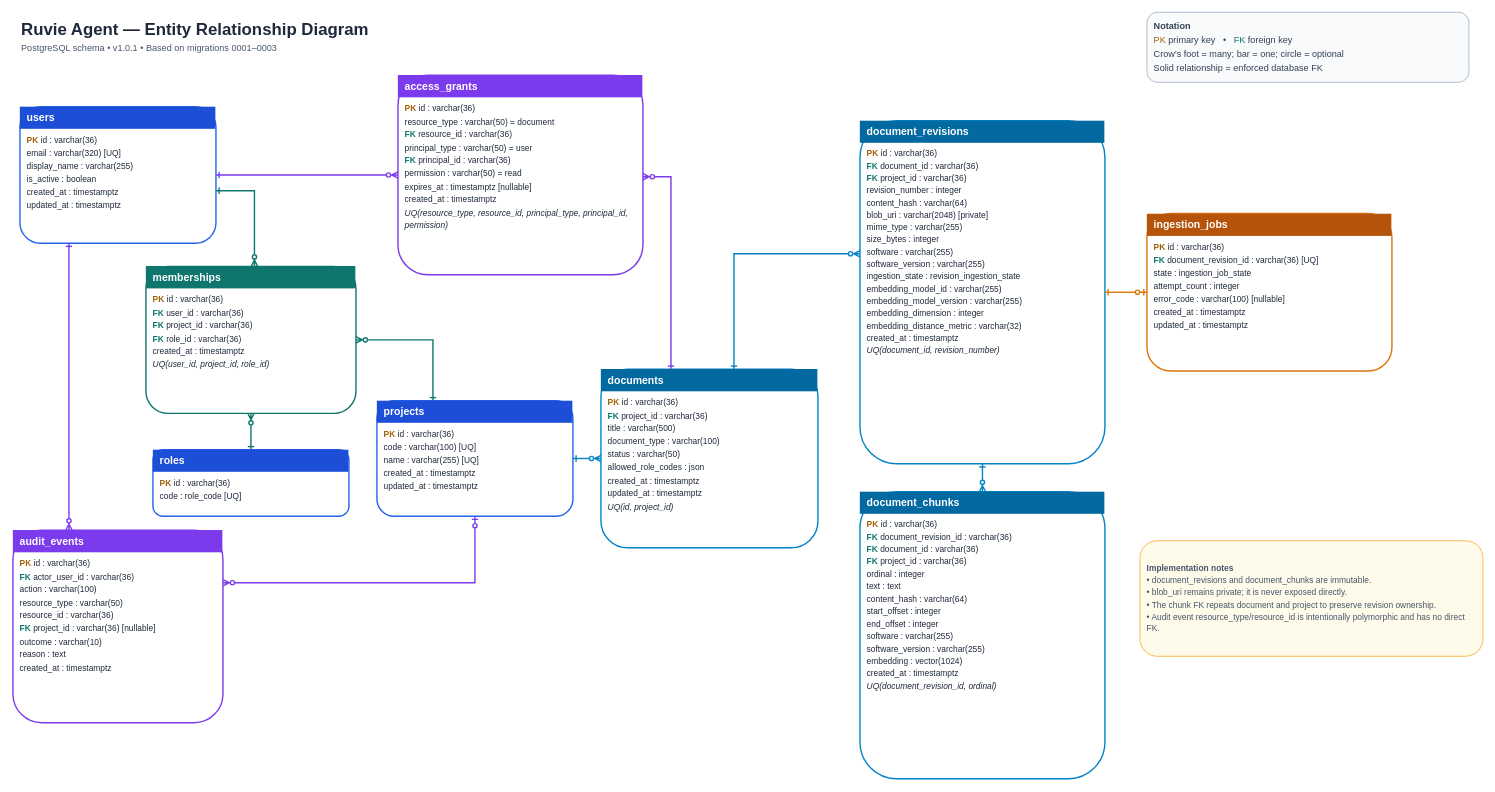
Earlier version of the draw.io diagram specs/visual/Ruvie-Agent ER Diagram.version1.0.1.drawio (nghiaphamhb/Ruvie-Agent). Source tidied: cells renumbered, new cells numbered last; positions are measured from the earlier drawing's top-left corner, leaving out a move shared by most shapes. Both pictures are drawn from the tidied source at 70%, with x=0, y=0 at pixel (13, 12).
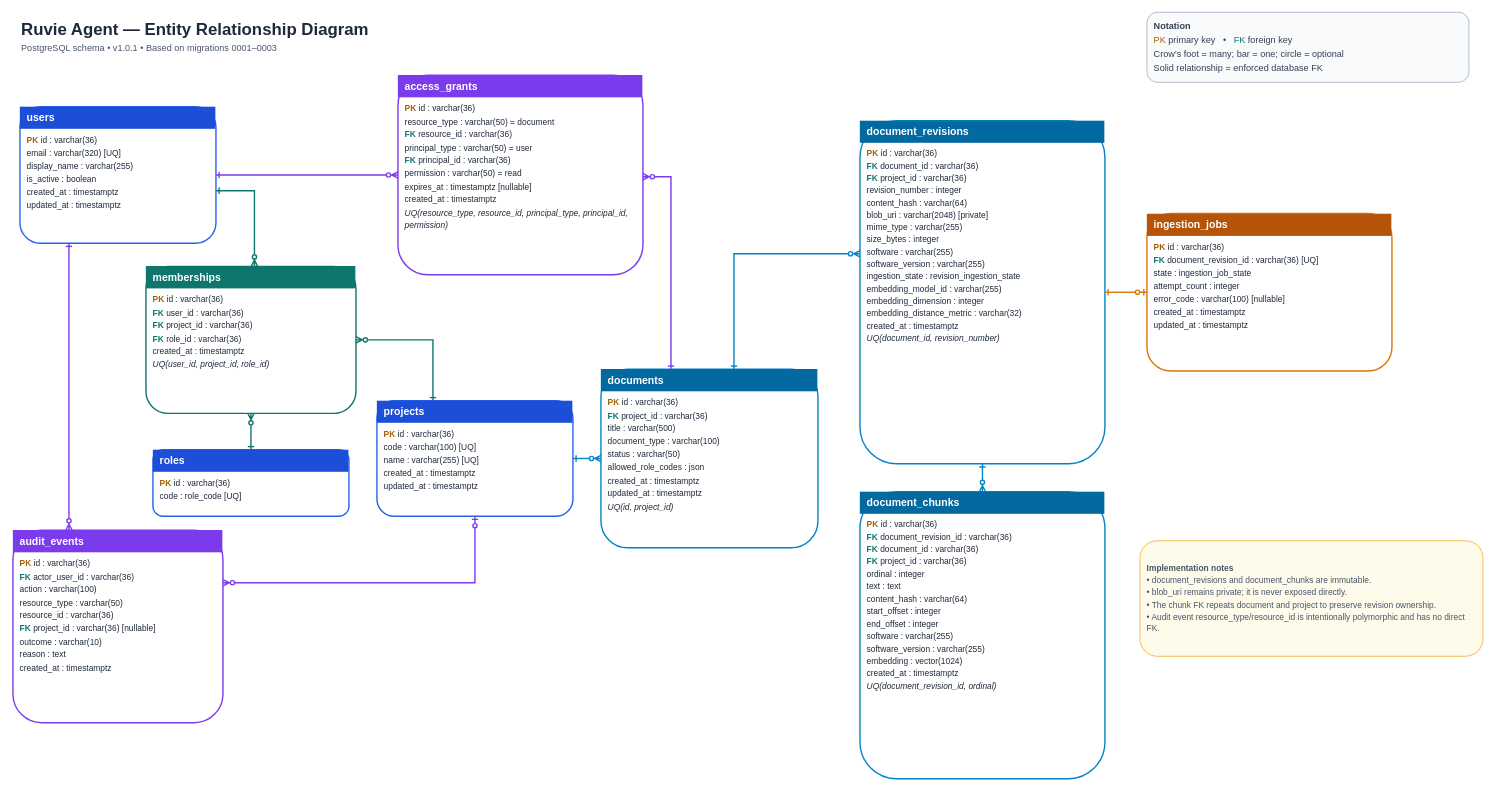
The same page after the edit.

What changed in the source:
```diff
@@
-    <mxCell id="10" value="&lt;div style=&quot;background:#0369a1;color:#fff;font-weight:700;font-size:15px;padding:7px 10px;&quot;&gt;document_revisions&lt;/div&gt;&lt;div style=&quot;padding:7px 10px;font-size:12px;line-height:1.47;color:#1e293b;&quot;&gt;&lt;span style=&quot;color:#a16207;font-weight:700;&quot;&gt;PK&lt;/span&gt; id : varchar(36)&lt;br&gt;&lt;span style=&quot;color:#0f766e;font-weight:700;&quot;&gt;FK&lt;/span&gt; document_id : varchar(36)&lt;br&gt;&lt;span style=&quot;color:#0f766e;font-weight:700;&quot;&gt;FK&lt;/span&gt; project_id : varchar(36)&lt;br&gt;revision_number : integer&lt;br&gt;content_hash : varchar(64)&lt;br&gt;blob_uri : varchar(2048) [private]&lt;br&gt;mime_type : varchar(255)&lt;br&gt;size_bytes : integer&lt;br&gt;software : varchar(255)&lt;br&gt;software_version : varchar(255)&lt;br&gt;ingestion_state : revision_ingestion_state&lt;br&gt;embedding_model_id : varchar(255)&lt;br&gt;embedding_model_version : varchar(255)&lt;br&gt;embedding_dimension : integer&lt;br&gt;embedding_distance_metric : varchar(32)&lt;br&gt;created_at : timestamptz&lt;br&gt;&lt;i&gt;UQ(document_id, revision_number)&lt;/i&gt;&lt;/div&gt;" style="rounded=1;whiteSpace=wrap;html=1;fillColor=#ffffff;strokeColor=#0284c7;strokeWidth=2;align=left;verticalAlign=top;overflow=fill;" parent="1" vertex="1">
+    <mxCell id="10" value="&lt;div style=&quot;background:#0369a1;color:#fff;font-weight:700;font-size:15px;padding:7px 10px;&quot;&gt;document_revisions&lt;/div&gt;&lt;div style=&quot;padding:7px 10px;font-size:12px;line-height:1.47;color:#1e293b;&quot;&gt;&lt;span style=&quot;color:#a16207;font-weight:700;&quot;&gt;PK&lt;/span&gt; id : varchar(36)&lt;br&gt;&lt;span style=&quot;color:#0f766e;font-weight:700;&quot;&gt;FK&lt;/span&gt; document_id : varchar(36)&lt;br&gt;&lt;span style=&quot;color:#0f766e;font-weight:700;&quot;&gt;FK&lt;/span&gt; project_id : varchar(36)&lt;br&gt;revision_number : integer&lt;br&gt;content_hash : varchar(64)&lt;br&gt;blob_uri : varchar(2048) [private]&lt;br&gt;mime_type : varchar(255)&lt;br&gt;size_bytes : integer&lt;br&gt;software : varchar(255)&lt;br&gt;software_version : varchar(255)&lt;br&gt;ingestion_state : revision_ingestion_state&lt;br&gt;embedding_model_id : varchar(255)&lt;br&gt;embedding_dimension : integer&lt;br&gt;embedding_distance_metric : varchar(32)&lt;br&gt;created_at : timestamptz&lt;br&gt;&lt;i&gt;UQ(document_id, revision_number)&lt;/i&gt;&lt;/div&gt;" style="rounded=1;whiteSpace=wrap;html=1;fillColor=#ffffff;strokeColor=#0284c7;strokeWidth=2;align=left;verticalAlign=top;overflow=fill;" parent="1" vertex="1">
       <mxGeometry x="1210" y="155" width="350" height="490" as="geometry" />
     </mxCell>
```
